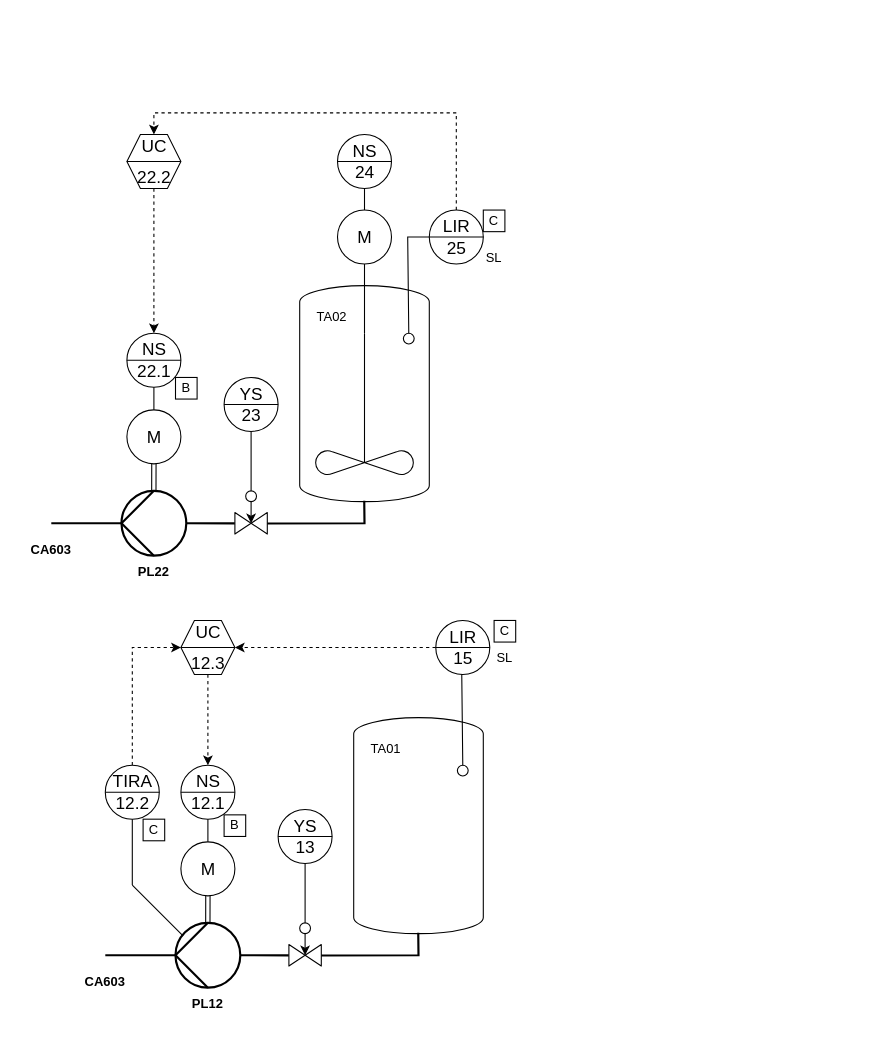
Earlier version of the draw.io diagram tanks.drawio (sid115/pltp-ri). Source tidied: cells renumbered, new cells numbered last; positions are measured from the earlier drawing's top-left corner, leaving out a move shared by most shapes. Both pictures are drawn from the tidied source at 108%, with x=0, y=0 at pixel (18, 112).
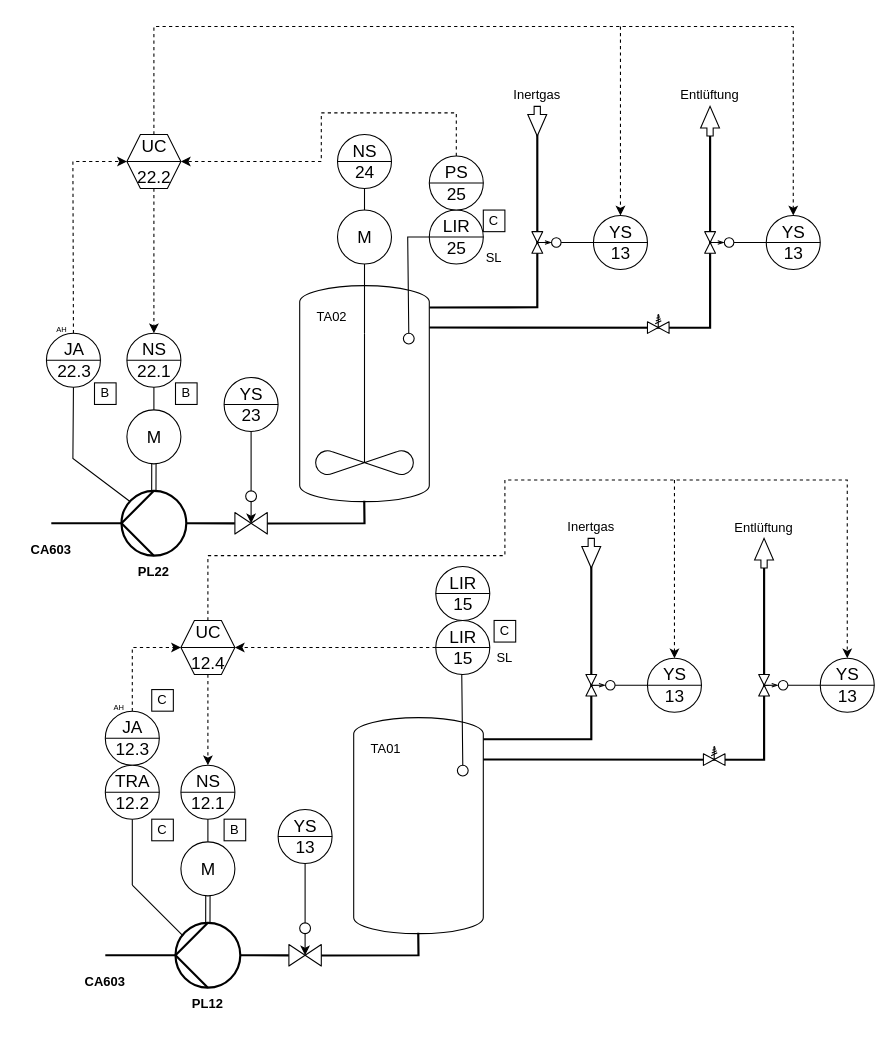
The same page after the edit.

Unchanged cells that the change refers to:
```xml
<mxCell id="2" style="shape=mxgraph.pid.vessels.pressurized_vessel;html=1;align=center;verticalLabelPosition=bottom;verticalAlign=top;dashed=0;" parent="1" vertex="1">
  <mxGeometry x="260" y="160" width="120" height="200" as="geometry" />
</mxCell>
<mxCell id="14" value="LIR&lt;br style=&quot;font-size: 16px;&quot;&gt;25&lt;br style=&quot;font-size: 16px;&quot;&gt; " style="html=1;outlineConnect=0;align=center;dashed=0;shape=mxgraph.pid2inst.discInst;mounting=room;fontSize=16;" parent="13" vertex="1">
  <mxGeometry width="50" height="50" as="geometry" />
</mxCell>
<mxCell id="21" style="shape=mxgraph.pid.pumps_-_din.hydraulic;html=1;align=center;verticalLabelPosition=bottom;verticalAlign=top;dashed=0;strokeWidth=2;direction=north;" parent="1" vertex="1">
  <mxGeometry x="95" y="350" width="60" height="60" as="geometry" />
</mxCell>
<mxCell id="54" value="&lt;table cellpadding=&quot;4&quot; cellspacing=&quot;0&quot; border=&quot;0&quot; style=&quot;font-size: 16px; width: 100%; height: 100%;&quot;&gt;&lt;tbody style=&quot;font-size: 16px;&quot;&gt;&lt;tr style=&quot;font-size: 16px;&quot;&gt;&lt;td style=&quot;font-size: 16px;&quot;&gt;UC&lt;/td&gt;&lt;/tr&gt;&lt;tr style=&quot;font-size: 16px;&quot;&gt;&lt;td style=&quot;font-size: 16px;&quot;&gt;22.2&lt;br&gt;&lt;/td&gt;&lt;/tr&gt;&lt;/tbody&gt;&lt;/table&gt; " style="html=1;outlineConnect=0;align=center;dashed=0;shape=mxgraph.pid2inst.compFunc;mounting=room;fontSize=16;" parent="1" vertex="1">
  <mxGeometry x="100" y="20" width="50" height="50" as="geometry" />
</mxCell>
```

Diff of the diagram source:
```diff
@@
-    <mxCell id="56" value="&lt;table cellpadding=&quot;4&quot; cellspacing=&quot;0&quot; border=&quot;0&quot; style=&quot;font-size: 16px; width: 100%; height: 100%;&quot;&gt;&lt;tbody style=&quot;font-size: 16px;&quot;&gt;&lt;tr style=&quot;font-size: 16px;&quot;&gt;&lt;td style=&quot;font-size: 16px;&quot;&gt;UC&lt;/td&gt;&lt;/tr&gt;&lt;tr style=&quot;font-size: 16px;&quot;&gt;&lt;td style=&quot;font-size: 16px;&quot;&gt;12.3&lt;br&gt;&lt;/td&gt;&lt;/tr&gt;&lt;/tbody&gt;&lt;/table&gt; " style="html=1;outlineConnect=0;align=center;dashed=0;shape=mxgraph.pid2inst.compFunc;mounting=room;fontSize=16;" parent="1" vertex="1">
+    <mxCell id="56" value="&lt;table cellpadding=&quot;4&quot; cellspacing=&quot;0&quot; border=&quot;0&quot; style=&quot;font-size: 16px; width: 100%; height: 100%;&quot;&gt;&lt;tbody style=&quot;font-size: 16px;&quot;&gt;&lt;tr style=&quot;font-size: 16px;&quot;&gt;&lt;td style=&quot;font-size: 16px;&quot;&gt;UC&lt;/td&gt;&lt;/tr&gt;&lt;tr style=&quot;font-size: 16px;&quot;&gt;&lt;td style=&quot;font-size: 16px;&quot;&gt;12.4&lt;br&gt;&lt;/td&gt;&lt;/tr&gt;&lt;/tbody&gt;&lt;/table&gt; " style="html=1;outlineConnect=0;align=center;dashed=0;shape=mxgraph.pid2inst.compFunc;mounting=room;fontSize=16;" parent="1" vertex="1">
       <mxGeometry x="150" y="470" width="50" height="50" as="geometry" />
     </mxCell>
-    <mxCell id="57" style="edgeStyle=orthogonalEdgeStyle;rounded=0;jettySize=auto;html=1;entryX=0.5;entryY=0;entryDx=0;entryDy=0;dashed=1;" parent="1" edge="1" source="14" target="54">
+    <mxCell id="57" style="edgeStyle=orthogonalEdgeStyle;rounded=0;jettySize=auto;html=1;dashed=1;exitX=0.5;exitY=0;exitDx=0;exitDy=0;entryX=1;entryY=0.5;entryDx=0;entryDy=0;" parent="1" edge="1" source="113" target="54">
       <mxGeometry relative="1" as="geometry">
         <Array as="points">
           <mxPoint x="405" />
-          <mxPoint x="125" />
+          <mxPoint x="280" />
+          <mxPoint x="280" y="45" />
         </Array>
       </mxGeometry>
     </mxCell>
@@
-    <mxCell id="59" style="edgeStyle=orthogonalEdgeStyle;rounded=0;jettySize=auto;html=1;entryX=0;entryY=0.5;entryDx=0;entryDy=0;dashed=1;" parent="1" edge="1" source="60" target="56">
+    <mxCell id="59" style="edgeStyle=orthogonalEdgeStyle;rounded=0;jettySize=auto;html=1;entryX=0;entryY=0.5;entryDx=0;entryDy=0;dashed=1;exitX=0.5;exitY=0;exitDx=0;exitDy=0;" parent="1" edge="1" source="67" target="56">
       <mxGeometry relative="1" as="geometry">
         <Array as="points">
           <mxPoint x="105" y="495" />
         </Array>
       </mxGeometry>
     </mxCell>
-    <mxCell id="60" value="TIRA&lt;br style=&quot;font-size: 16px;&quot;&gt;12.2&lt;br style=&quot;font-size: 16px;&quot;&gt; " style="html=1;outlineConnect=0;align=center;dashed=0;shape=mxgraph.pid2inst.discInst;mounting=room;fontSize=16;" parent="1" vertex="1">
-      <mxGeometry x="80" y="604" width="50" height="50" as="geometry" />
-    </mxCell>
+    <mxCell id="63" value="B" style="rounded=0;whiteSpace=wrap;html=1;" parent="1" vertex="1">
+      <mxGeometry x="145" y="250" width="20" height="20" as="geometry" />
+    </mxCell>
+    <mxCell id="64" value="B" style="rounded=0;whiteSpace=wrap;html=1;" parent="1" vertex="1">
+      <mxGeometry x="190" y="654" width="20" height="20" as="geometry" />
+    </mxCell>
@@
-    <mxCell id="63" value="B" style="rounded=0;whiteSpace=wrap;html=1;" parent="1" vertex="1">
-      <mxGeometry x="145" y="245" width="20" height="20" as="geometry" />
-    </mxCell>
-    <mxCell id="64" value="B" style="rounded=0;whiteSpace=wrap;html=1;" parent="1" vertex="1">
-      <mxGeometry x="190" y="650" width="20" height="20" as="geometry" />
-    </mxCell>
+    <mxCell id="66" style="group;" parent="1" vertex="1">
+      <mxGeometry x="80" y="554" width="55" height="70" as="geometry" />
+    </mxCell>
+    <mxCell id="67" value="JA&lt;br style=&quot;font-size: 16px;&quot;&gt;12.3&lt;br style=&quot;font-size: 16px;&quot;&gt; " style="html=1;outlineConnect=0;align=center;dashed=0;shape=mxgraph.pid2inst.discInst;mounting=room;fontSize=16;" parent="66" vertex="1">
+      <mxGeometry width="50" height="50" as="geometry" />
+    </mxCell>
+    <mxCell id="68" value="C" style="rounded=0;whiteSpace=wrap;html=1;" parent="1" vertex="1">
+      <mxGeometry x="123" y="534" width="20" height="20" as="geometry" />
+    </mxCell>
+    <mxCell id="60" value="TRA&lt;br style=&quot;font-size: 16px;&quot;&gt;12.2&lt;br style=&quot;font-size: 16px;&quot;&gt; " style="html=1;outlineConnect=0;align=center;dashed=0;shape=mxgraph.pid2inst.discInst;mounting=room;fontSize=16;" parent="1" vertex="1">
+      <mxGeometry x="80" y="604" width="50" height="50" as="geometry" />
+    </mxCell>
     <mxCell id="65" value="C" style="rounded=0;whiteSpace=wrap;html=1;" parent="1" vertex="1">
-      <mxGeometry x="115" y="654" width="20" height="20" as="geometry" />
+      <mxGeometry x="123" y="654" width="20" height="20" as="geometry" />
     </mxCell>
+    <mxCell id="69" value="&lt;font style=&quot;font-size: 7px;&quot;&gt;AH&lt;/font&gt;" style="text;html=1;strokeColor=none;fillColor=none;align=center;verticalAlign=middle;whiteSpace=wrap;rounded=0;" parent="1" vertex="1">
+      <mxGeometry x="63" y="534" width="60" height="30" as="geometry" />
+    </mxCell>
+    <mxCell id="70" value="JA&lt;br style=&quot;font-size: 16px;&quot;&gt;22.3&lt;br style=&quot;font-size: 16px;&quot;&gt; " style="html=1;outlineConnect=0;align=center;dashed=0;shape=mxgraph.pid2inst.discInst;mounting=room;fontSize=16;" parent="1" vertex="1">
+      <mxGeometry x="25.5" y="204" width="50" height="50" as="geometry" />
+    </mxCell>
+    <mxCell id="71" value="B" style="rounded=0;whiteSpace=wrap;html=1;" parent="1" vertex="1">
+      <mxGeometry x="70" y="250" width="20" height="20" as="geometry" />
+    </mxCell>
+    <mxCell id="72" value="&lt;font style=&quot;font-size: 7px;&quot;&gt;AH&lt;/font&gt;" style="text;html=1;strokeColor=none;fillColor=none;align=center;verticalAlign=middle;whiteSpace=wrap;rounded=0;" parent="1" vertex="1">
+      <mxGeometry x="10" y="184" width="60" height="30" as="geometry" />
+    </mxCell>
+    <mxCell id="73" style="endArrow=none;html=1;rounded=0;entryX=0.5;entryY=1;entryDx=0;entryDy=0;exitX=0.839;exitY=0.126;exitDx=0;exitDy=0;exitPerimeter=0;" parent="1" edge="1" source="21" target="70">
+      <mxGeometry relative="1" as="geometry">
+        <Array as="points">
+          <mxPoint x="50" y="320" />
+        </Array>
+      </mxGeometry>
+    </mxCell>
+    <mxCell id="74" style="endArrow=classic;html=1;rounded=0;exitX=0.5;exitY=0;exitDx=0;exitDy=0;entryX=0;entryY=0.5;entryDx=0;entryDy=0;dashed=1;" parent="1" edge="1" source="70" target="54">
+      <mxGeometry relative="1" as="geometry">
+        <Array as="points">
+          <mxPoint x="50" y="45" />
+        </Array>
+      </mxGeometry>
+    </mxCell>
+    <mxCell id="75" style="endArrow=none;html=1;rounded=0;exitX=1.001;exitY=0.101;exitDx=0;exitDy=0;exitPerimeter=0;strokeWidth=2;" parent="1" edge="1" source="2">
+      <mxGeometry relative="1" as="geometry">
+        <mxPoint x="480" y="20" as="targetPoint" />
+        <Array as="points">
+          <mxPoint x="480" y="180" />
+        </Array>
+      </mxGeometry>
+    </mxCell>
+    <mxCell id="76" style="endArrow=none;html=1;rounded=0;exitX=1.001;exitY=0.101;exitDx=0;exitDy=0;exitPerimeter=0;strokeWidth=2;" parent="1" edge="1">
+      <mxGeometry relative="1" as="geometry">
+        <mxPoint x="380" y="198.7" as="sourcePoint" />
+        <mxPoint x="640" y="20" as="targetPoint" />
+        <Array as="points">
+          <mxPoint x="640" y="199" />
+        </Array>
+      </mxGeometry>
+    </mxCell>
+    <mxCell id="77" style="endArrow=none;html=1;rounded=0;exitX=1.001;exitY=0.101;exitDx=0;exitDy=0;exitPerimeter=0;strokeWidth=2;" parent="1" edge="1">
+      <mxGeometry relative="1" as="geometry">
+        <mxPoint x="430" y="580" as="sourcePoint" />
+        <mxPoint x="530" y="420" as="targetPoint" />
+        <Array as="points">
+          <mxPoint x="530" y="580" />
+        </Array>
+      </mxGeometry>
+    </mxCell>
+    <mxCell id="78" style="endArrow=none;html=1;rounded=0;exitX=1.001;exitY=0.101;exitDx=0;exitDy=0;exitPerimeter=0;strokeWidth=2;" parent="1" edge="1">
+      <mxGeometry relative="1" as="geometry">
+        <mxPoint x="430" y="598.7" as="sourcePoint" />
+        <mxPoint x="690" y="420" as="targetPoint" />
+        <Array as="points">
+          <mxPoint x="690" y="599" />
+        </Array>
+      </mxGeometry>
+    </mxCell>
+    <mxCell id="79" style="html=1;shadow=0;dashed=0;align=center;verticalAlign=middle;shape=mxgraph.arrows2.arrow;dy=0.67;dx=20;notch=0;rotation=-90;direction=west;" parent="1" vertex="1">
+      <mxGeometry x="466.2" y="-1" width="27.5" height="17.5" as="geometry" />
+    </mxCell>
+    <mxCell id="80" style="html=1;shadow=0;dashed=0;align=center;verticalAlign=middle;shape=mxgraph.arrows2.arrow;dy=0.67;dx=20;notch=0;rotation=90;direction=west;" parent="1" vertex="1">
+      <mxGeometry x="626.2" y="-1" width="27.5" height="17.5" as="geometry" />
+    </mxCell>
+    <mxCell id="81" style="html=1;shadow=0;dashed=0;align=center;verticalAlign=middle;shape=mxgraph.arrows2.arrow;dy=0.67;dx=20;notch=0;rotation=-90;direction=west;" parent="1" vertex="1">
+      <mxGeometry x="516.2" y="399" width="27.5" height="17.5" as="geometry" />
+    </mxCell>
+    <mxCell id="82" style="html=1;shadow=0;dashed=0;align=center;verticalAlign=middle;shape=mxgraph.arrows2.arrow;dy=0.67;dx=20;notch=0;rotation=90;direction=west;" parent="1" vertex="1">
+      <mxGeometry x="676.2" y="399" width="27.5" height="17.5" as="geometry" />
+    </mxCell>
+    <mxCell id="83" value="Inertgas" style="text;html=1;strokeColor=none;fillColor=none;align=center;verticalAlign=middle;whiteSpace=wrap;rounded=0;" parent="1" vertex="1">
+      <mxGeometry x="500" y="369" width="60" height="30" as="geometry" />
+    </mxCell>
+    <mxCell id="84" value="Entlüftung" style="text;html=1;strokeColor=none;fillColor=none;align=center;verticalAlign=middle;whiteSpace=wrap;rounded=0;" parent="1" vertex="1">
+      <mxGeometry x="660" y="370" width="60" height="30" as="geometry" />
+    </mxCell>
+    <mxCell id="85" value="&lt;font style=&quot;font-size: 16px;&quot;&gt;&lt;font style=&quot;font-size: 16px;&quot;&gt;YS&lt;br&gt;&lt;/font&gt;13&lt;/font&gt;&lt;br&gt; " style="html=1;outlineConnect=0;align=center;dashed=0;shape=mxgraph.pid2inst.discInst;mounting=room;" parent="1" vertex="1">
+      <mxGeometry x="582" y="505" width="50" height="50" as="geometry" />
+    </mxCell>
+    <mxCell id="86" style="verticalLabelPosition=bottom;align=center;html=1;verticalAlign=top;dashed=0;shape=mxgraph.pid2valves.valve;valveType=gate;actuator=spring;" parent="1" vertex="1">
+      <mxGeometry x="633.8" y="586.2" width="20" height="18" as="geometry" />
+    </mxCell>
+    <mxCell id="87" style="endArrow=none;html=1;rounded=0;exitX=1;exitY=0.5;exitDx=0;exitDy=0;entryX=0;entryY=0.5;entryDx=0;entryDy=0;" parent="1" edge="1" source="88">
+      <mxGeometry relative="1" as="geometry">
+        <mxPoint x="582" y="530" as="targetPoint" />
+      </mxGeometry>
+    </mxCell>
+    <mxCell id="88" style="ellipse;whiteSpace=wrap;html=1;" parent="1" vertex="1">
+      <mxGeometry x="543.2" y="525.6" width="8.8" height="8.8" as="geometry" />
+    </mxCell>
+    <mxCell id="89" style="verticalLabelPosition=bottom;align=center;html=1;verticalAlign=top;dashed=0;shape=mxgraph.pid2valves.valve;valveType=gate;rotation=90;" parent="1" vertex="1">
+      <mxGeometry x="520" y="525" width="20" height="10" as="geometry" />
+    </mxCell>
+    <mxCell id="90" style="endArrow=openThin;html=1;rounded=0;strokeWidth=1;endFill=0;exitX=0.504;exitY=0.504;exitDx=0;exitDy=0;endSize=4;startSize=6;jumpSize=6;sourcePerimeterSpacing=-1;startArrow=none;startFill=0;exitPerimeter=0;entryX=0;entryY=0.5;entryDx=0;entryDy=0;" parent="1" edge="1" source="89" target="88">
+      <mxGeometry relative="1" as="geometry" />
+    </mxCell>
+    <mxCell id="91" style="verticalLabelPosition=bottom;align=center;html=1;verticalAlign=top;dashed=0;shape=mxgraph.pid2valves.valve;valveType=gate;actuator=spring;" parent="1" vertex="1">
+      <mxGeometry x="582" y="186.2" width="20" height="18" as="geometry" />
+    </mxCell>
+    <mxCell id="92" value="&lt;font style=&quot;font-size: 16px;&quot;&gt;&lt;font style=&quot;font-size: 16px;&quot;&gt;YS&lt;br&gt;&lt;/font&gt;13&lt;/font&gt;&lt;br&gt; " style="html=1;outlineConnect=0;align=center;dashed=0;shape=mxgraph.pid2inst.discInst;mounting=room;" parent="1" vertex="1">
+      <mxGeometry x="532" y="95" width="50" height="50" as="geometry" />
+    </mxCell>
+    <mxCell id="93" style="endArrow=none;html=1;rounded=0;exitX=1;exitY=0.5;exitDx=0;exitDy=0;entryX=0;entryY=0.5;entryDx=0;entryDy=0;" parent="1" edge="1" source="94">
+      <mxGeometry relative="1" as="geometry">
+        <mxPoint x="532" y="120" as="targetPoint" />
+      </mxGeometry>
+    </mxCell>
+    <mxCell id="94" style="ellipse;whiteSpace=wrap;html=1;" parent="1" vertex="1">
+      <mxGeometry x="493.2" y="115.6" width="8.8" height="8.8" as="geometry" />
+    </mxCell>
+    <mxCell id="95" style="verticalLabelPosition=bottom;align=center;html=1;verticalAlign=top;dashed=0;shape=mxgraph.pid2valves.valve;valveType=gate;rotation=90;" parent="1" vertex="1">
+      <mxGeometry x="470" y="115" width="20" height="10" as="geometry" />
+    </mxCell>
+    <mxCell id="96" style="endArrow=openThin;html=1;rounded=0;strokeWidth=1;endFill=0;exitX=0.504;exitY=0.504;exitDx=0;exitDy=0;endSize=4;startSize=6;jumpSize=6;sourcePerimeterSpacing=-1;startArrow=none;startFill=0;exitPerimeter=0;entryX=0;entryY=0.5;entryDx=0;entryDy=0;" parent="1" edge="1" source="95" target="94">
+      <mxGeometry relative="1" as="geometry" />
+    </mxCell>
+    <mxCell id="97" style="group;" parent="1" vertex="1">
+      <mxGeometry x="685" y="505" width="107" height="50" as="geometry" />
+    </mxCell>
+    <mxCell id="98" style="group;" parent="97" vertex="1">
+      <mxGeometry y="15" width="57" height="20" as="geometry" />
+    </mxCell>
+    <mxCell id="99" style="endArrow=none;html=1;rounded=0;exitX=1;exitY=0.5;exitDx=0;exitDy=0;entryX=0;entryY=0.5;entryDx=0;entryDy=0;" parent="98" edge="1" source="100">
+      <mxGeometry relative="1" as="geometry">
+        <mxPoint x="57" y="10" as="targetPoint" />
+      </mxGeometry>
+    </mxCell>
+    <mxCell id="100" style="ellipse;whiteSpace=wrap;html=1;" parent="98" vertex="1">
+      <mxGeometry x="18.2" y="5.6" width="8.8" height="8.8" as="geometry" />
+    </mxCell>
+    <mxCell id="101" style="verticalLabelPosition=bottom;align=center;html=1;verticalAlign=top;dashed=0;shape=mxgraph.pid2valves.valve;valveType=gate;rotation=90;" parent="98" vertex="1">
+      <mxGeometry x="-5" y="5" width="20" height="10" as="geometry" />
+    </mxCell>
+    <mxCell id="102" style="endArrow=openThin;html=1;rounded=0;strokeWidth=1;endFill=0;exitX=0.504;exitY=0.504;exitDx=0;exitDy=0;endSize=4;startSize=6;jumpSize=6;sourcePerimeterSpacing=-1;startArrow=none;startFill=0;exitPerimeter=0;entryX=0;entryY=0.5;entryDx=0;entryDy=0;" parent="98" edge="1" source="101" target="100">
+      <mxGeometry relative="1" as="geometry" />
+    </mxCell>
+    <mxCell id="103" value="&lt;font style=&quot;font-size: 16px;&quot;&gt;&lt;font style=&quot;font-size: 16px;&quot;&gt;YS&lt;br&gt;&lt;/font&gt;13&lt;/font&gt;&lt;br&gt; " style="html=1;outlineConnect=0;align=center;dashed=0;shape=mxgraph.pid2inst.discInst;mounting=room;" parent="97" vertex="1">
+      <mxGeometry x="57" width="50" height="50" as="geometry" />
+    </mxCell>
+    <mxCell id="104" value="Inertgas" style="text;html=1;strokeColor=none;fillColor=none;align=center;verticalAlign=middle;whiteSpace=wrap;rounded=0;" parent="1" vertex="1">
+      <mxGeometry x="450" y="-31" width="60" height="30" as="geometry" />
+    </mxCell>
+    <mxCell id="105" value="Entlüftung" style="text;html=1;strokeColor=none;fillColor=none;align=center;verticalAlign=middle;whiteSpace=wrap;rounded=0;" parent="1" vertex="1">
+      <mxGeometry x="610" y="-31" width="60" height="30" as="geometry" />
+    </mxCell>
+    <mxCell id="106" style="group;" parent="1" vertex="1">
+      <mxGeometry x="635" y="95" width="107" height="50" as="geometry" />
+    </mxCell>
+    <mxCell id="107" value="&lt;font style=&quot;font-size: 16px;&quot;&gt;&lt;font style=&quot;font-size: 16px;&quot;&gt;YS&lt;br&gt;&lt;/font&gt;13&lt;/font&gt;&lt;br&gt; " style="html=1;outlineConnect=0;align=center;dashed=0;shape=mxgraph.pid2inst.discInst;mounting=room;" parent="106" vertex="1">
+      <mxGeometry x="57" width="50" height="50" as="geometry" />
+    </mxCell>
+    <mxCell id="108" style="endArrow=none;html=1;rounded=0;exitX=1;exitY=0.5;exitDx=0;exitDy=0;entryX=0;entryY=0.5;entryDx=0;entryDy=0;" parent="106" edge="1" source="109">
+      <mxGeometry relative="1" as="geometry">
+        <mxPoint x="57" y="25" as="targetPoint" />
+      </mxGeometry>
+    </mxCell>
+    <mxCell id="109" style="ellipse;whiteSpace=wrap;html=1;" parent="106" vertex="1">
+      <mxGeometry x="18.2" y="20.6" width="8.8" height="8.8" as="geometry" />
+    </mxCell>
+    <mxCell id="110" style="verticalLabelPosition=bottom;align=center;html=1;verticalAlign=top;dashed=0;shape=mxgraph.pid2valves.valve;valveType=gate;rotation=90;" parent="106" vertex="1">
+      <mxGeometry x="-5" y="20" width="20" height="10" as="geometry" />
+    </mxCell>
+    <mxCell id="111" style="endArrow=openThin;html=1;rounded=0;strokeWidth=1;endFill=0;exitX=0.504;exitY=0.504;exitDx=0;exitDy=0;endSize=4;startSize=6;jumpSize=6;sourcePerimeterSpacing=-1;startArrow=none;startFill=0;exitPerimeter=0;entryX=0;entryY=0.5;entryDx=0;entryDy=0;" parent="106" edge="1" source="110" target="109">
+      <mxGeometry relative="1" as="geometry" />
+    </mxCell>
+    <mxCell id="112" value="LIR&lt;br style=&quot;font-size: 16px;&quot;&gt;15&lt;br style=&quot;font-size: 16px;&quot;&gt; " style="html=1;align=center;dashed=0;shape=mxgraph.pid2inst.discInst;mounting=room;fontSize=16;" parent="1" vertex="1">
+      <mxGeometry x="386" y="420" width="50" height="50" as="geometry" />
+    </mxCell>
+    <mxCell id="113" value="PS&lt;br style=&quot;font-size: 16px;&quot;&gt;25&lt;br style=&quot;font-size: 16px;&quot;&gt; " style="html=1;outlineConnect=0;align=center;dashed=0;shape=mxgraph.pid2inst.discInst;mounting=room;fontSize=16;" parent="1" vertex="1">
+      <mxGeometry x="380" y="40" width="50" height="50" as="geometry" />
+    </mxCell>
+    <mxCell id="114" style="endArrow=classic;html=1;rounded=0;exitX=0.5;exitY=0;exitDx=0;exitDy=0;entryX=0.5;entryY=0;entryDx=0;entryDy=0;dashed=1;" parent="1" edge="1" source="54" target="107">
+      <mxGeometry relative="1" as="geometry">
+        <Array as="points">
+          <mxPoint x="125" y="-80" />
+          <mxPoint x="717" y="-80" />
+        </Array>
+      </mxGeometry>
+    </mxCell>
+    <mxCell id="115" style="endArrow=classic;html=1;rounded=0;entryX=0.5;entryY=0;entryDx=0;entryDy=0;dashed=1;" parent="1" edge="1" target="92">
+      <mxGeometry relative="1" as="geometry">
+        <mxPoint x="557" y="-80" as="sourcePoint" />
+      </mxGeometry>
+    </mxCell>
+    <mxCell id="116" style="endArrow=classic;html=1;rounded=0;exitX=0.5;exitY=0;exitDx=0;exitDy=0;entryX=0.5;entryY=0;entryDx=0;entryDy=0;dashed=1;" parent="1" edge="1" source="56" target="103">
+      <mxGeometry relative="1" as="geometry">
+        <Array as="points">
+          <mxPoint x="175" y="410" />
+          <mxPoint x="450" y="410" />
+          <mxPoint x="450" y="340" />
+          <mxPoint x="767" y="340" />
+        </Array>
+      </mxGeometry>
+    </mxCell>
+    <mxCell id="117" style="endArrow=classic;html=1;rounded=0;entryX=0.5;entryY=0;entryDx=0;entryDy=0;dashed=1;" parent="1" edge="1" target="85">
+      <mxGeometry relative="1" as="geometry">
+        <mxPoint x="607" y="340" as="sourcePoint" />
+      </mxGeometry>
+    </mxCell>
```
